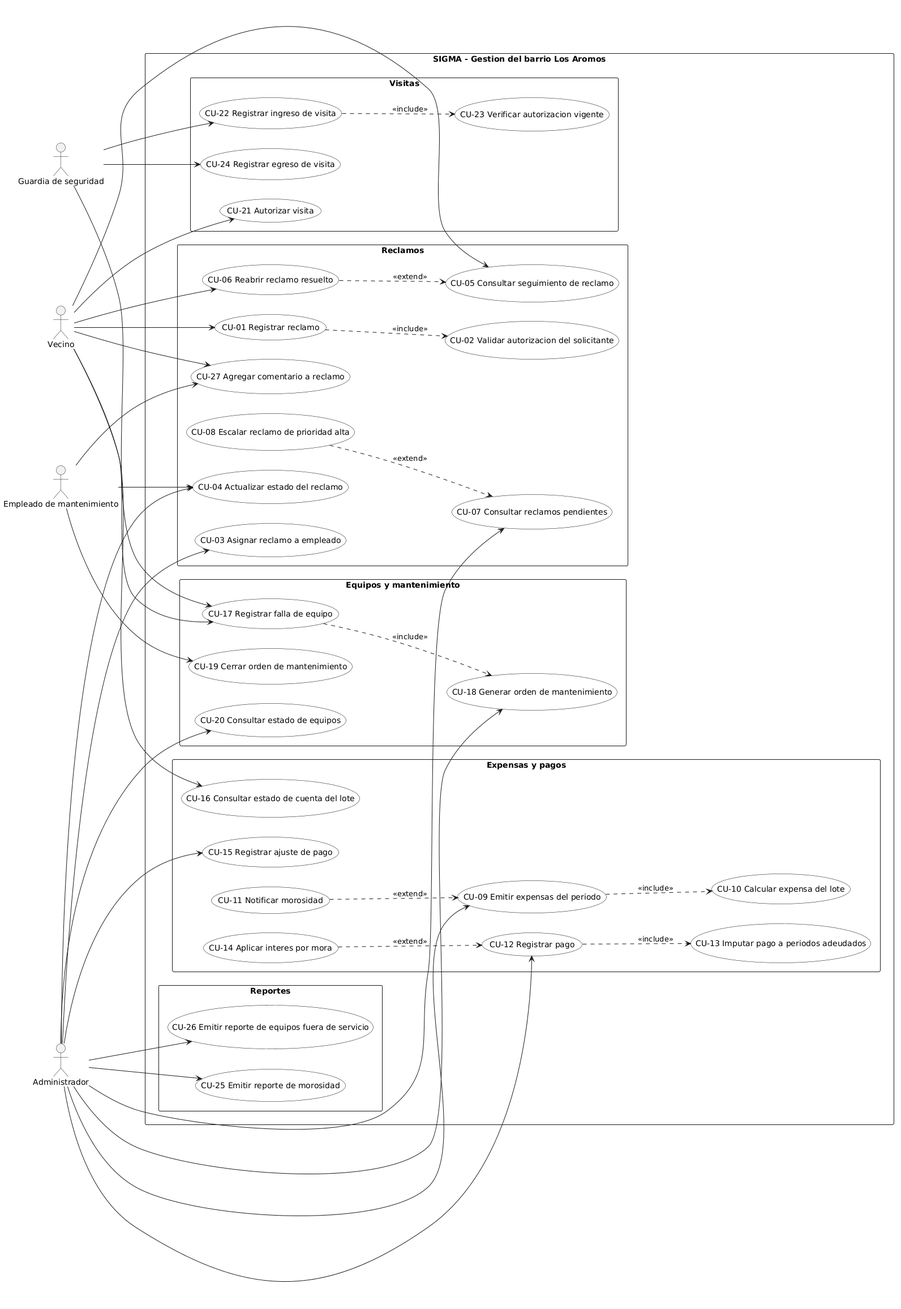
fedemarr/TP-POO-SIGMA keeps this PlantUML diagram as docs/uml/casos-de-uso.png. Above is the earlier version.
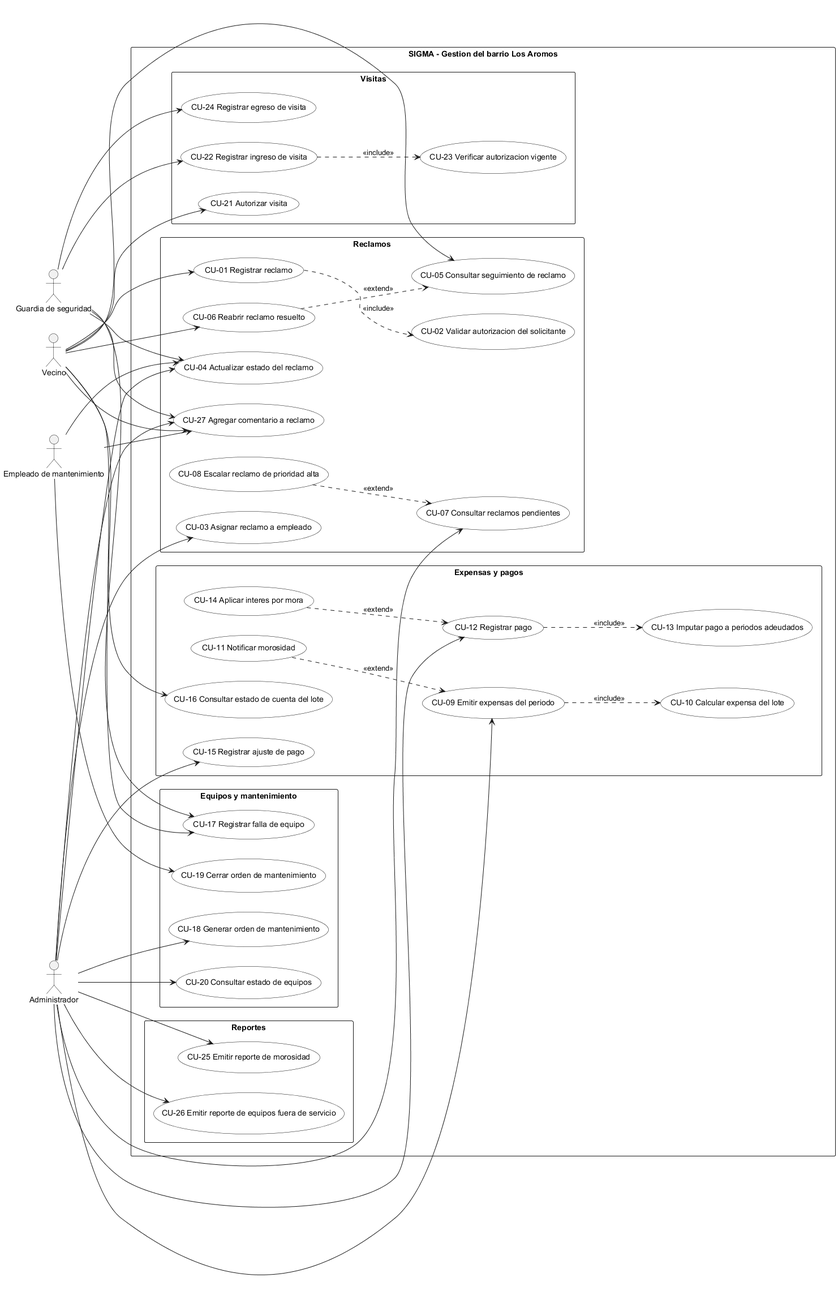
Above is the later version.

Change to the diagram source:
```diff
@@ -1,4 +1,4 @@
-@startuml
+@startuml casos-de-uso
 left to right direction
 skinparam packageStyle rectangle
 skinparam shadowing false
@@ -66,6 +66,7 @@
 VEC --> CU21
 
 ADM --> CU03
+ADM --> CU27
 ADM --> CU04
 ADM --> CU07
 ADM --> CU09
@@ -77,6 +78,8 @@
 ADM --> CU26
 
 GUA --> CU17
+GUA --> CU27
+GUA --> CU04
 GUA --> CU22
 GUA --> CU24
 
@@ -87,11 +90,11 @@
 CU01 ..> CU02 : <<include>>
 CU09 ..> CU10 : <<include>>
 CU12 ..> CU13 : <<include>>
-CU17 ..> CU18 : <<include>>
 CU22 ..> CU23 : <<include>>
 
 CU06 ..> CU05 : <<extend>>
 CU08 ..> CU07 : <<extend>>
 CU11 ..> CU09 : <<extend>>
 CU14 ..> CU12 : <<extend>>
+
 @enduml
```
